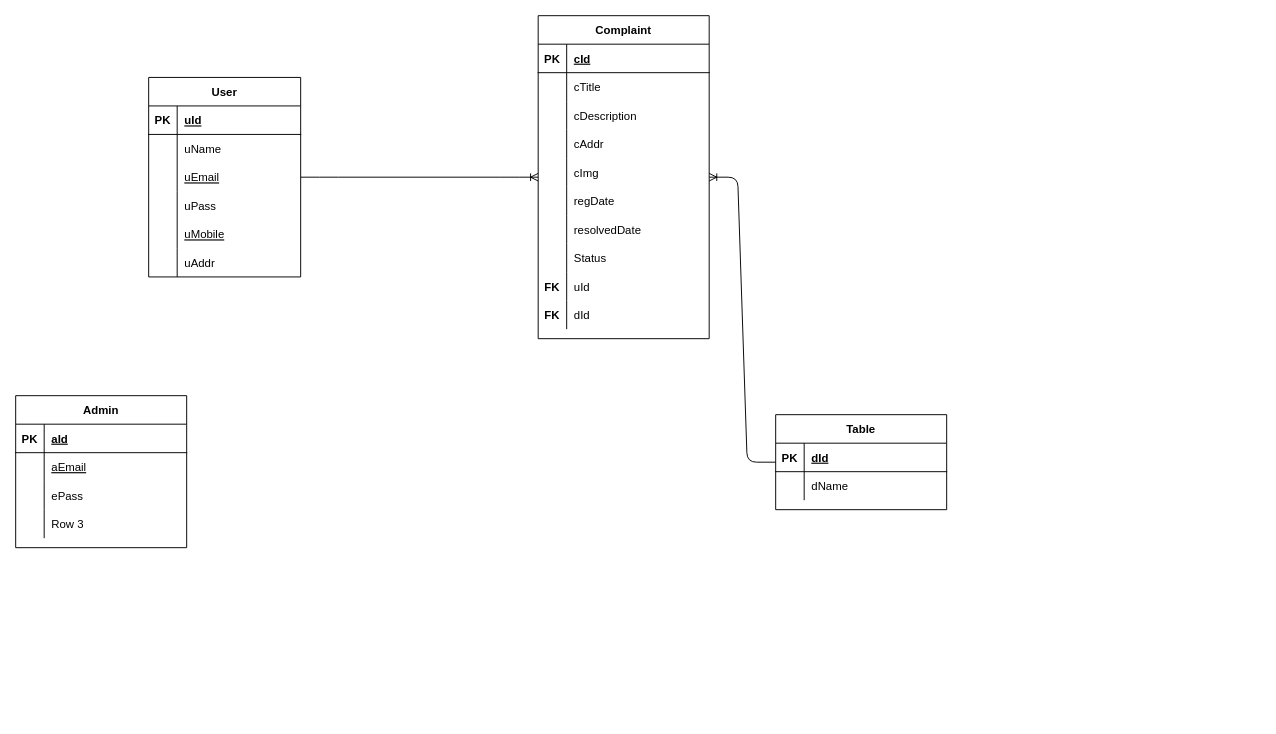
Before: ERDiagram/Untitled Diagram.drawio in pratik-londhe4/DBMSmini, a draw.io diagram. Source tidied: cells renumbered, new cells numbered last; positions are measured from the earlier drawing's top-left corner, leaving out a move shared by most shapes. Both pictures are drawn from the tidied source at 95%, with x=0, y=0 at pixel (15, 15).
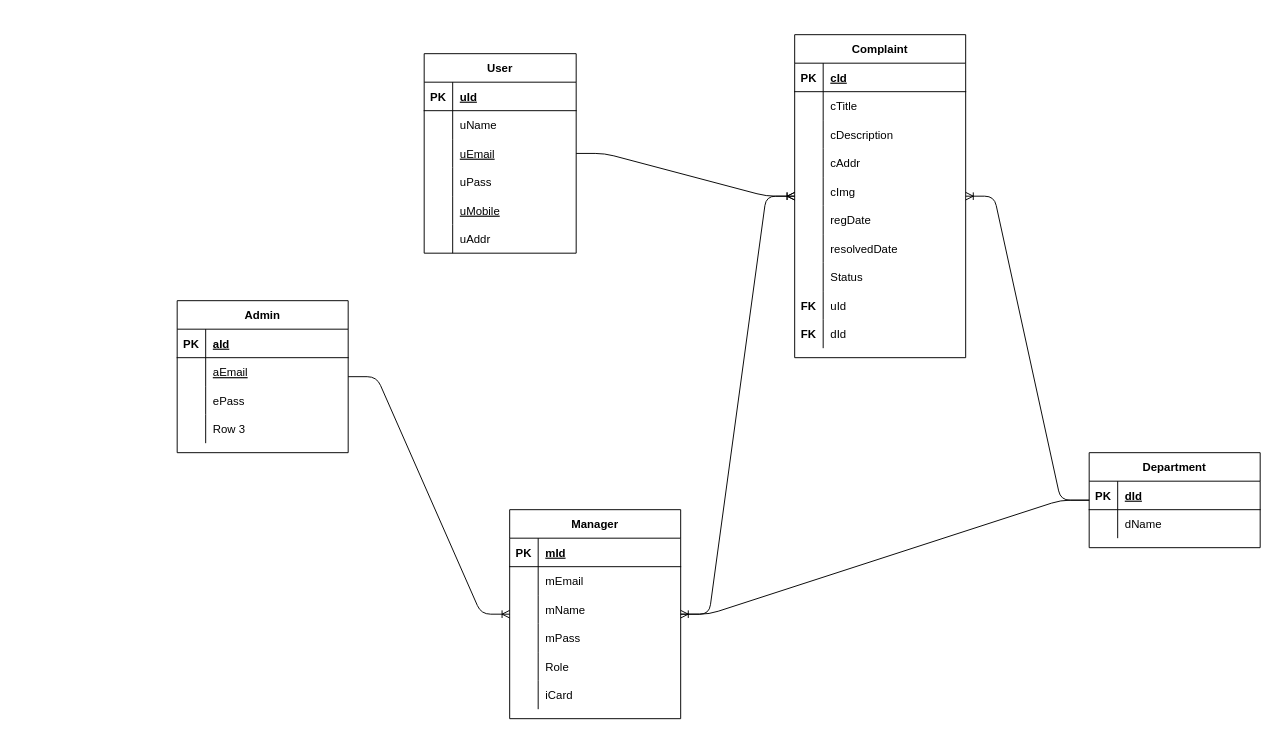
The same diagram, later.

Change to the diagram source:
```diff
@@
     <mxCell id="2" value="User" style="shape=table;startSize=30;childLayout=tableLayout;rowLines=0;fontStyle=1;align=center;" parent="1" vertex="1">
-      <mxGeometry x="140" y="65" width="160" height="210" as="geometry" />
+      <mxGeometry x="430" y="40" width="160" height="210" as="geometry" />
     </mxCell>
@@
-    <mxCell id="21" value="Table" style="shape=table;startSize=30;childLayout=tableLayout;rowLines=0;fontStyle=1;align=center;" parent="1" vertex="1">
-      <mxGeometry x="800" y="420" width="180" height="100" as="geometry" />
+    <mxCell id="21" value="Department" style="shape=table;startSize=30;childLayout=tableLayout;rowLines=0;fontStyle=1;align=center;" parent="1" vertex="1">
+      <mxGeometry x="1130" y="460" width="180" height="100" as="geometry" />
     </mxCell>
@@
     <mxCell id="28" value="Complaint" style="shape=table;startSize=30;childLayout=tableLayout;rowLines=0;fontStyle=1;align=center;labelBorderColor=none;" parent="1" vertex="1">
-      <mxGeometry x="550" width="180" height="340" as="geometry" />
+      <mxGeometry x="820" y="20" width="180" height="340" as="geometry" />
     </mxCell>
@@
     <mxCell id="61" value="Admin" style="shape=table;startSize=30;childLayout=tableLayout;rowLines=0;fontStyle=1;align=center;strokeColor=#000000;strokeWidth=1;fillColor=none;gradientColor=none;" parent="1" vertex="1">
-      <mxGeometry y="400" width="180" height="160" as="geometry" />
+      <mxGeometry x="170" y="300" width="180" height="160" as="geometry" />
     </mxCell>
@@
+    <mxCell id="74" value="Manager" style="shape=table;startSize=30;childLayout=tableLayout;rowLines=0;fontStyle=1;align=center;" parent="1" vertex="1">
+      <mxGeometry x="520" y="520" width="180" height="220" as="geometry" />
+    </mxCell>
+    <mxCell id="75" style="shape=partialRectangle;fillColor=none;top=0;left=0;bottom=1;right=0;" parent="74" vertex="1">
+      <mxGeometry y="30" width="180" height="30" as="geometry" />
+    </mxCell>
+    <mxCell id="76" value="PK" style="shape=partialRectangle;fillColor=none;top=0;left=0;bottom=0;right=0;fontStyle=1;overflow=hidden;" parent="75" vertex="1">
+      <mxGeometry width="30" height="30" as="geometry" />
+    </mxCell>
+    <mxCell id="77" value="mId" style="shape=partialRectangle;fillColor=none;top=0;left=0;bottom=0;right=0;align=left;spacingLeft=6;fontStyle=5;overflow=hidden;" parent="75" vertex="1">
+      <mxGeometry x="30" width="150" height="30" as="geometry" />
+    </mxCell>
+    <mxCell id="78" style="shape=partialRectangle;fillColor=none;top=0;left=0;bottom=0;right=0;" parent="74" vertex="1">
+      <mxGeometry y="60" width="180" height="30" as="geometry" />
+    </mxCell>
+    <mxCell id="79" style="shape=partialRectangle;fillColor=none;top=0;left=0;bottom=0;right=0;overflow=hidden;" parent="78" vertex="1">
+      <mxGeometry width="30" height="30" as="geometry" />
+    </mxCell>
+    <mxCell id="80" value="mEmail" style="shape=partialRectangle;fillColor=none;top=0;left=0;bottom=0;right=0;align=left;spacingLeft=6;overflow=hidden;" parent="78" vertex="1">
+      <mxGeometry x="30" width="150" height="30" as="geometry" />
+    </mxCell>
+    <mxCell id="81" style="shape=partialRectangle;fillColor=none;top=0;left=0;bottom=0;right=0;" parent="74" vertex="1">
+      <mxGeometry y="90" width="180" height="30" as="geometry" />
+    </mxCell>
+    <mxCell id="82" style="shape=partialRectangle;fillColor=none;top=0;left=0;bottom=0;right=0;overflow=hidden;" parent="81" vertex="1">
+      <mxGeometry width="30" height="30" as="geometry" />
+    </mxCell>
+    <mxCell id="83" value="mName" style="shape=partialRectangle;fillColor=none;top=0;left=0;bottom=0;right=0;align=left;spacingLeft=6;overflow=hidden;" parent="81" vertex="1">
+      <mxGeometry x="30" width="150" height="30" as="geometry" />
+    </mxCell>
+    <mxCell id="84" style="shape=partialRectangle;fillColor=none;top=0;left=0;bottom=0;right=0;" parent="74" vertex="1">
+      <mxGeometry y="120" width="180" height="30" as="geometry" />
+    </mxCell>
+    <mxCell id="85" style="shape=partialRectangle;fillColor=none;top=0;left=0;bottom=0;right=0;overflow=hidden;" parent="84" vertex="1">
+      <mxGeometry width="30" height="30" as="geometry" />
+    </mxCell>
+    <mxCell id="86" value="mPass" style="shape=partialRectangle;fillColor=none;top=0;left=0;bottom=0;right=0;align=left;spacingLeft=6;overflow=hidden;" parent="84" vertex="1">
+      <mxGeometry x="30" width="150" height="30" as="geometry" />
+    </mxCell>
+    <mxCell id="87" style="shape=partialRectangle;fillColor=none;top=0;left=0;bottom=0;right=0;" parent="74" vertex="1">
+      <mxGeometry y="150" width="180" height="30" as="geometry" />
+    </mxCell>
+    <mxCell id="88" style="shape=partialRectangle;fillColor=none;top=0;left=0;bottom=0;right=0;overflow=hidden;" parent="87" vertex="1">
+      <mxGeometry width="30" height="30" as="geometry" />
+    </mxCell>
+    <mxCell id="89" value="Role" style="shape=partialRectangle;fillColor=none;top=0;left=0;bottom=0;right=0;align=left;spacingLeft=6;overflow=hidden;" parent="87" vertex="1">
+      <mxGeometry x="30" width="150" height="30" as="geometry" />
+    </mxCell>
+    <mxCell id="90" style="shape=partialRectangle;fillColor=none;top=0;left=0;bottom=0;right=0;" parent="74" vertex="1">
+      <mxGeometry y="180" width="180" height="30" as="geometry" />
+    </mxCell>
+    <mxCell id="91" style="shape=partialRectangle;fillColor=none;top=0;left=0;bottom=0;right=0;overflow=hidden;" parent="90" vertex="1">
+      <mxGeometry width="30" height="30" as="geometry" />
+    </mxCell>
+    <mxCell id="92" value="iCard" style="shape=partialRectangle;fillColor=none;top=0;left=0;bottom=0;right=0;align=left;spacingLeft=6;overflow=hidden;" parent="90" vertex="1">
+      <mxGeometry x="30" width="150" height="30" as="geometry" />
+    </mxCell>
+    <mxCell id="93" style="edgeStyle=entityRelationEdgeStyle;fontSize=12;html=1;endArrow=ERoneToMany;" parent="1" edge="1" source="74" target="28">
+      <mxGeometry relative="1" as="geometry" />
+    </mxCell>
+    <mxCell id="94" style="edgeStyle=entityRelationEdgeStyle;fontSize=12;html=1;endArrow=ERoneToMany;" parent="1" edge="1" source="21" target="74">
+      <mxGeometry relative="1" as="geometry" />
+    </mxCell>
+    <mxCell id="95" style="edgeStyle=entityRelationEdgeStyle;fontSize=12;html=1;endArrow=ERoneToMany;" parent="1" edge="1" source="61" target="74">
+      <mxGeometry relative="1" as="geometry" />
+    </mxCell>
```
